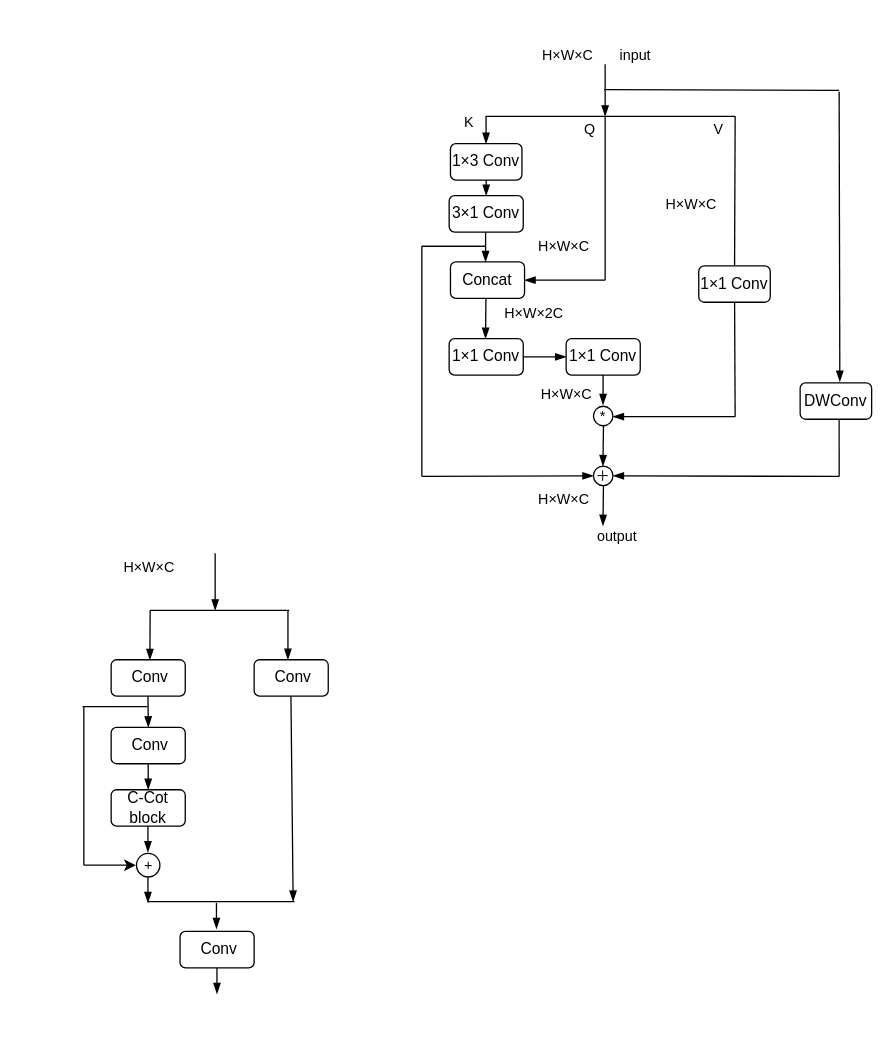
recluse99/tcp_ip keeps this draw.io diagram as c-cot_layer.drawio. Above is the earlier version. Source tidied: cells renumbered, new cells numbered last; positions are measured from the earlier drawing's top-left corner, leaving out a move shared by most shapes. Both pictures are drawn from the tidied source at 130%, with x=0, y=0 at pixel (82, 22).
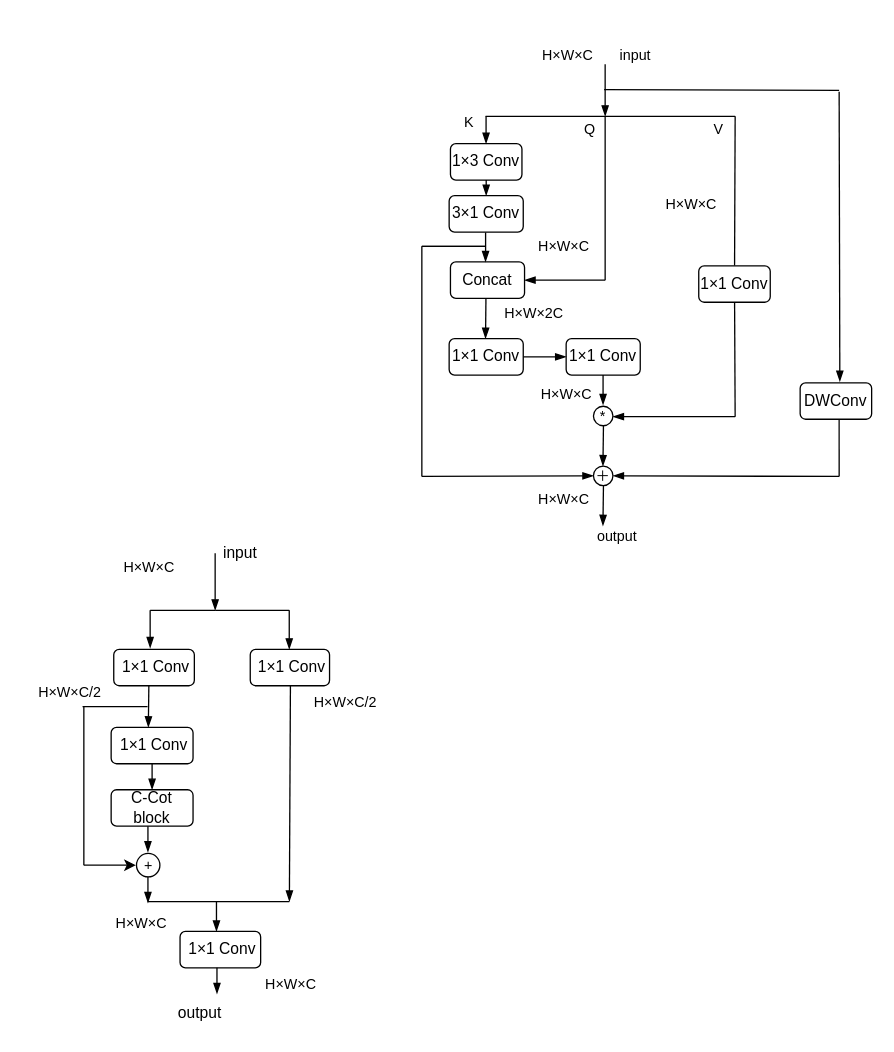
The same diagram, later.

What changed in the source:
```diff
@@
-    <mxCell id="45" value="&amp;nbsp;Conv" style="rounded=1;whiteSpace=wrap;html=1;" parent="1" vertex="1">
-      <mxGeometry x="22" y="490" width="57" height="28" as="geometry" />
+    <mxCell id="45" value="&amp;nbsp;1×1 Conv" style="rounded=1;whiteSpace=wrap;html=1;" parent="1" vertex="1">
+      <mxGeometry x="24" y="482" width="62" height="28" as="geometry" />
     </mxCell>
-    <mxCell id="46" value="&amp;nbsp;Conv" style="rounded=1;whiteSpace=wrap;html=1;" parent="1" vertex="1">
-      <mxGeometry x="132" y="490" width="57" height="28" as="geometry" />
+    <mxCell id="46" value="&amp;nbsp;1×1 Conv" style="rounded=1;whiteSpace=wrap;html=1;" parent="1" vertex="1">
+      <mxGeometry x="129" y="482" width="61" height="28" as="geometry" />
     </mxCell>
@@
-    <mxCell id="49" style="endArrow=blockThin;html=1;rounded=0;endFill=1;strokeWidth=1;entryX=0.523;entryY=0.005;entryDx=0;entryDy=0;entryPerimeter=0;" parent="1" edge="1" target="45">
+    <mxCell id="49" style="endArrow=blockThin;html=1;rounded=0;endFill=1;strokeWidth=1;" parent="1" edge="1">
       <mxGeometry relative="1" as="geometry">
         <mxPoint x="52" y="452" as="sourcePoint" />
+        <mxPoint x="52" y="481" as="targetPoint" />
       </mxGeometry>
     </mxCell>
@@
     <mxCell id="51" style="endArrow=blockThin;html=1;rounded=0;endFill=1;strokeWidth=1;" parent="1" edge="1">
       <mxGeometry relative="1" as="geometry">
-        <mxPoint x="50.3" y="518" as="sourcePoint" />
+        <mxPoint x="51" y="510" as="sourcePoint" />
         <mxPoint x="50.6" y="542" as="targetPoint" />
       </mxGeometry>
     </mxCell>
-    <mxCell id="52" value="&amp;nbsp;Conv" style="rounded=1;whiteSpace=wrap;html=1;" parent="1" vertex="1">
-      <mxGeometry x="22" y="542" width="57" height="28" as="geometry" />
+    <mxCell id="52" value="&amp;nbsp;1×1 Conv" style="rounded=1;whiteSpace=wrap;html=1;" parent="1" vertex="1">
+      <mxGeometry x="22" y="542" width="63" height="28" as="geometry" />
     </mxCell>
     <mxCell id="53" value="C-Cot block" style="rounded=1;whiteSpace=wrap;html=1;" parent="1" vertex="1">
-      <mxGeometry x="22" y="590" width="57" height="28" as="geometry" />
+      <mxGeometry x="22" y="590" width="63" height="28" as="geometry" />
     </mxCell>
@@
-    <mxCell id="60" style="endArrow=blockThin;html=1;rounded=0;endFill=1;strokeWidth=1;" parent="1" edge="1">
+    <mxCell id="60" style="endArrow=blockThin;html=1;rounded=0;endFill=1;strokeWidth=1;exitX=0.555;exitY=0.999;exitDx=0;exitDy=0;exitPerimeter=0;" parent="1" edge="1">
       <mxGeometry relative="1" as="geometry">
-        <mxPoint x="160.3" y="518" as="sourcePoint" />
-        <mxPoint x="162" y="676" as="targetPoint" />
+        <mxPoint x="159.9" y="510" as="sourcePoint" />
+        <mxPoint x="159.1" y="676" as="targetPoint" />
       </mxGeometry>
     </mxCell>
     <mxCell id="61" style="endArrow=none;html=1;rounded=0;labelBackgroundColor=default;strokeColor=default;fontFamily=Helvetica;fontSize=11;fontColor=default;shape=connector;" parent="1" edge="1">
       <mxGeometry relative="1" as="geometry">
         <mxPoint x="50" y="676" as="sourcePoint" />
-        <mxPoint x="163" y="676" as="targetPoint" />
+        <mxPoint x="159" y="676" as="targetPoint" />
       </mxGeometry>
     </mxCell>
-    <mxCell id="62" style="endArrow=blockThin;html=1;rounded=0;endFill=1;strokeWidth=1;entryX=0.5;entryY=0;entryDx=0;entryDy=0;exitX=0.5;exitY=1;exitDx=0;exitDy=0;" parent="1" edge="1">
+    <mxCell id="62" style="endArrow=blockThin;html=1;rounded=0;endFill=1;strokeWidth=1;entryX=0.452;entryY=0;entryDx=0;entryDy=0;entryPerimeter=0;" parent="1" edge="1" target="63">
       <mxGeometry relative="1" as="geometry">
-        <mxPoint x="103" y="677" as="sourcePoint" />
-        <mxPoint x="103" y="697" as="targetPoint" />
+        <mxPoint x="103" y="676" as="sourcePoint" />
       </mxGeometry>
     </mxCell>
-    <mxCell id="63" value="&amp;nbsp;Conv" style="rounded=1;whiteSpace=wrap;html=1;" parent="1" vertex="1">
-      <mxGeometry x="75" y="699" width="57" height="28" as="geometry" />
+    <mxCell id="63" value="&amp;nbsp;1×1 Conv" style="rounded=1;whiteSpace=wrap;html=1;" parent="1" vertex="1">
+      <mxGeometry x="75" y="699" width="62" height="28" as="geometry" />
     </mxCell>
@@
-    <mxCell id="66" style="endArrow=blockThin;html=1;rounded=0;endFill=1;strokeWidth=1;entryX=0.523;entryY=0.005;entryDx=0;entryDy=0;entryPerimeter=0;" parent="1" edge="1">
+    <mxCell id="66" style="endArrow=blockThin;html=1;rounded=0;endFill=1;strokeWidth=1;" parent="1" edge="1">
       <mxGeometry relative="1" as="geometry">
-        <mxPoint x="158" y="452" as="sourcePoint" />
-        <mxPoint x="158" y="490" as="targetPoint" />
+        <mxPoint x="159" y="452" as="sourcePoint" />
+        <mxPoint x="159" y="482" as="targetPoint" />
       </mxGeometry>
     </mxCell>
@@
+    <mxCell id="69" value="H×W×C/2" style="text;html=1;align=center;verticalAlign=middle;strokeColor=none;fillColor=none;fontSize=11;fontFamily=Helvetica;fontColor=default;" parent="1" vertex="1">
+      <mxGeometry x="-46" y="502" width="71" height="26" as="geometry" />
+    </mxCell>
+    <mxCell id="70" value="H×W×C/2" style="text;html=1;align=center;verticalAlign=middle;strokeColor=none;fillColor=none;fontSize=11;fontFamily=Helvetica;fontColor=default;" parent="1" vertex="1">
+      <mxGeometry x="166" y="510" width="71" height="26" as="geometry" />
+    </mxCell>
+    <mxCell id="71" value="H×W×C" style="text;html=1;align=center;verticalAlign=middle;strokeColor=none;fillColor=none;fontSize=11;fontFamily=Helvetica;fontColor=default;" parent="1" vertex="1">
+      <mxGeometry x="14" y="680" width="61" height="26" as="geometry" />
+    </mxCell>
+    <mxCell id="72" value="H×W×C" style="text;html=1;align=center;verticalAlign=middle;strokeColor=none;fillColor=none;fontSize=11;fontFamily=Helvetica;fontColor=default;" parent="1" vertex="1">
+      <mxGeometry x="129" y="727" width="61" height="26" as="geometry" />
+    </mxCell>
+    <mxCell id="73" value="input" style="text;html=1;align=center;verticalAlign=middle;strokeColor=none;fillColor=none;" parent="1" vertex="1">
+      <mxGeometry x="99" y="395" width="44" height="26" as="geometry" />
+    </mxCell>
+    <mxCell id="74" value="output" style="text;html=1;align=center;verticalAlign=middle;strokeColor=none;fillColor=none;" parent="1" vertex="1">
+      <mxGeometry x="64" y="749" width="51" height="26" as="geometry" />
+    </mxCell>
```
